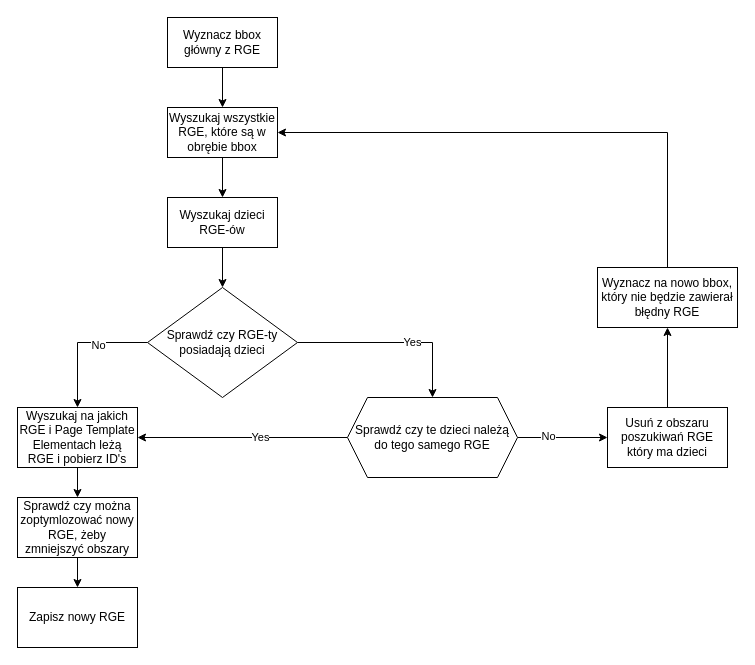
This is Diagram bez tytułu.drawio from teamw2org/ReactPrototype, a draw.io file, before an edit. Source tidied: cells renumbered, new cells numbered last; positions are measured from the earlier drawing's top-left corner, leaving out a move shared by most shapes. Both pictures are drawn from the tidied source at 100%, with x=0, y=0 at pixel (17, 17).
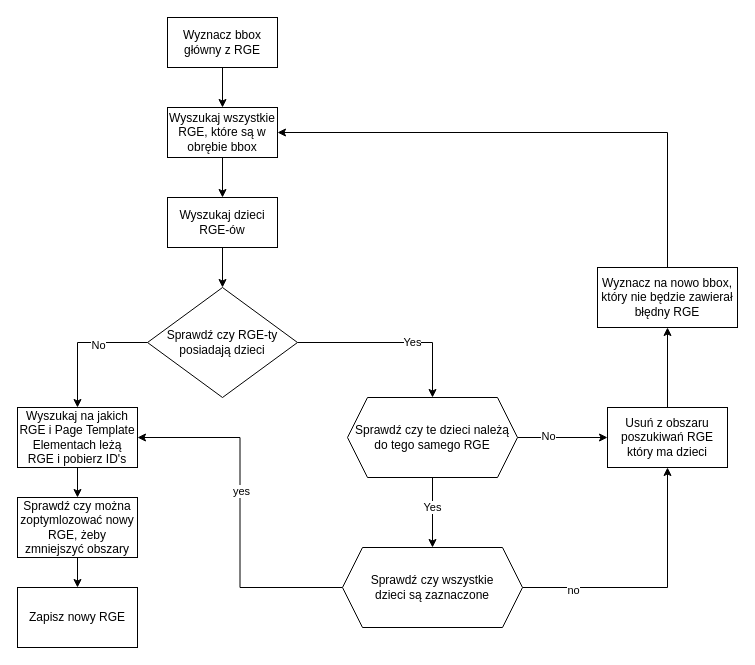
The same page after the edit.

Unchanged cells that the change refers to:
```xml
<mxCell id="14" value="Wyszukaj na jakich RGE i Page Template Elementach leżą RGE i pobierz ID's" style="whiteSpace=wrap;html=1;" parent="1" vertex="1">
  <mxGeometry y="390" width="120" height="60" as="geometry" />
</mxCell>
<mxCell id="22" value="Sprawdź czy te dzieci należą do tego samego RGE" style="shape=hexagon;perimeter=hexagonPerimeter2;whiteSpace=wrap;html=1;fixedSize=1;" parent="1" vertex="1">
  <mxGeometry x="330" y="380" width="170" height="80" as="geometry" />
</mxCell>
<mxCell id="24" value="Usuń z obszaru poszukiwań RGE który ma dzieci" style="whiteSpace=wrap;html=1;" parent="1" vertex="1">
  <mxGeometry x="590" y="390" width="120" height="60" as="geometry" />
</mxCell>
```

Diff of the diagram source:
```diff
@@
-    <mxCell id="18" style="edgeStyle=orthogonalEdgeStyle;rounded=0;jettySize=auto;html=1;" parent="1" edge="1" source="22" target="14">
+    <mxCell id="18" style="edgeStyle=orthogonalEdgeStyle;rounded=0;jettySize=auto;html=1;" parent="1" edge="1" source="22" target="31">
       <mxGeometry relative="1" as="geometry" />
     </mxCell>
@@
+    <mxCell id="27" style="edgeStyle=orthogonalEdgeStyle;rounded=0;jettySize=auto;html=1;exitX=0;exitY=0.5;exitDx=0;exitDy=0;entryX=1;entryY=0.5;entryDx=0;entryDy=0;" parent="1" edge="1" source="31" target="14">
+      <mxGeometry relative="1" as="geometry" />
+    </mxCell>
+    <mxCell id="28" value="yes" style="edgeLabel;html=1;align=center;verticalAlign=middle;" parent="27" vertex="1">
+      <mxGeometry x="0.12" relative="1" as="geometry">
+        <mxPoint x="1" as="offset" />
+      </mxGeometry>
+    </mxCell>
+    <mxCell id="29" style="edgeStyle=orthogonalEdgeStyle;rounded=0;jettySize=auto;html=1;exitX=1;exitY=0.5;exitDx=0;exitDy=0;entryX=0.5;entryY=1;entryDx=0;entryDy=0;" parent="1" edge="1" source="31" target="24">
+      <mxGeometry relative="1" as="geometry" />
+    </mxCell>
+    <mxCell id="30" value="no" style="edgeLabel;html=1;align=center;verticalAlign=middle;" parent="29" vertex="1">
+      <mxGeometry x="-0.62" y="-2" relative="1" as="geometry" />
+    </mxCell>
+    <mxCell id="31" value="Sprawdź czy wszystkie &lt;br&gt;dzieci są zaznaczone" style="shape=hexagon;perimeter=hexagonPerimeter2;whiteSpace=wrap;html=1;fixedSize=1;" parent="1" vertex="1">
+      <mxGeometry x="325" y="530" width="180" height="80" as="geometry" />
+    </mxCell>
```
